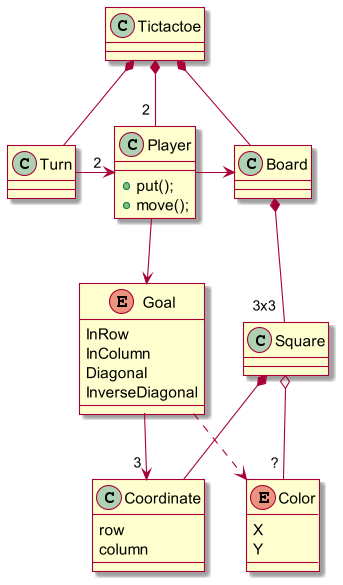
The PlantUML diagram TicTacToe/TicTacToeDomainModel_V2.png in ferbarret/Modelado, before a commit. Source of this version:
```plantuml
@startuml TicTacToeDomainModel
scale 1.1
skin rose

Tictactoe *-down-  Turn
Tictactoe *-down- "2 " Player
Tictactoe *-down- Board

class Player {
    + put();
    + move();
}

Turn -right-> "2 " Player
Player -right-> Board

enum Goal {
    InRow
    InColumn
    Diagonal
    InverseDiagonal
}
Player -down-> Goal
Board *-down- "3x3 " Square

class Coordinate {
    row
    column
}
Goal -right-> "3 " Coordinate

enum Color {
    X
    Y
}
Goal .down.> Color
Square *-down- Coordinate
Square o-down- "? " Color


@enduml
```
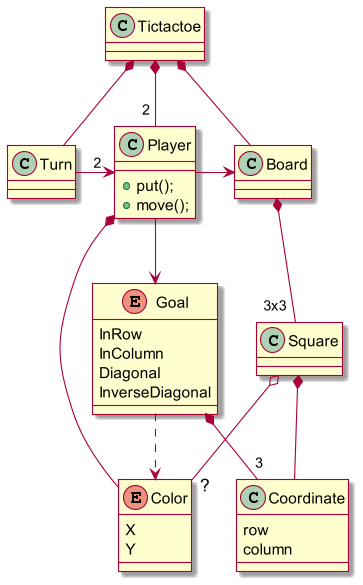
The same file after the commit.

The edit, as a diff of the source:
```diff
@@ -14,6 +14,8 @@
 Turn -right-> "2 " Player
 Player -right-> Board
 
+
+Player *-down- Color
 enum Goal {
     InRow
     InColumn
@@ -27,7 +29,7 @@
     row
     column
 }
-Goal -right-> "3 " Coordinate
+Goal *-right- "             3" Coordinate
 
 enum Color {
     X
@@ -35,7 +37,7 @@
 }
 Goal .down.> Color
 Square *-down- Coordinate
-Square o-down- "? " Color
+Square o-down- "<size: 16>?</size>" Color
 
 
 @enduml
```
